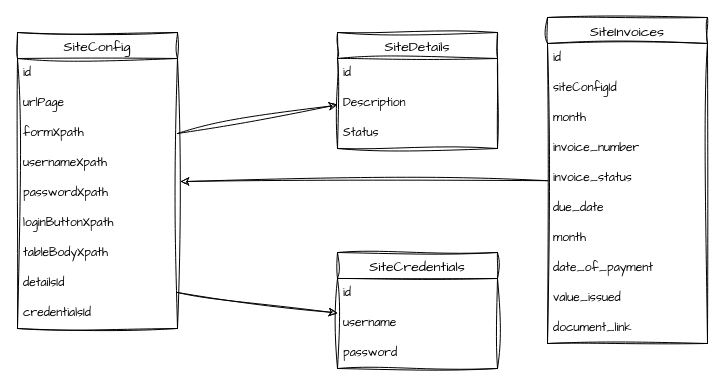
Above: documentation/er-diagram.drawio in mayconaraujosantos/mkdata-invoice-manager (draw.io), before the change. Source tidied: cells renumbered, new cells numbered last; positions are measured from the earlier drawing's top-left corner, leaving out a move shared by most shapes. Both pictures are drawn from the tidied source at 100%, with x=0, y=0 at pixel (17, 17).
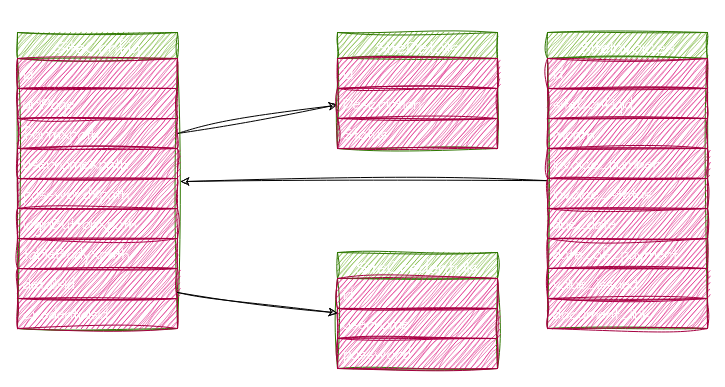
After the change.

Commit message (it also covers changes not shown here):
docs: modify erd diagram add new fields

Change to the diagram source:
```diff
@@
-    <mxCell id="3" value="SiteConfig" style="swimlane;fontStyle=0;horizontal=1;startSize=26;align=center;fontSize=14;sketch=1;hachureGap=4;jiggle=2;curveFitting=1;fontFamily=Architects Daughter;" parent="1" vertex="1">
+    <mxCell id="3" value="SiteConfig" style="swimlane;fontStyle=0;horizontal=1;startSize=26;align=center;fontSize=18;sketch=1;hachureGap=4;jiggle=2;curveFitting=1;fontFamily=Architects Daughter;fillColor=#60a917;fontColor=#ffffff;strokeColor=#2D7600;" parent="1" vertex="1">
       <mxGeometry y="15" width="160" height="296" as="geometry" />
     </mxCell>
-    <mxCell id="4" value="id" style="text;strokeColor=none;fillColor=none;spacingLeft=4;spacingRight=4;overflow=hidden;fontSize=12;sketch=1;hachureGap=4;jiggle=2;curveFitting=1;fontFamily=Architects Daughter;" parent="3" vertex="1">
+    <mxCell id="4" value="id" style="text;strokeColor=#A50040;fillColor=#d80073;spacingLeft=4;spacingRight=4;overflow=hidden;fontSize=15;sketch=1;hachureGap=4;jiggle=2;curveFitting=1;fontFamily=Architects Daughter;fontColor=#ffffff;" parent="3" vertex="1">
       <mxGeometry y="26" width="160" height="30" as="geometry" />
     </mxCell>
-    <mxCell id="5" value="urlPage" style="text;strokeColor=none;fillColor=none;spacingLeft=4;spacingRight=4;overflow=hidden;fontSize=12;sketch=1;hachureGap=4;jiggle=2;curveFitting=1;fontFamily=Architects Daughter;" parent="3" vertex="1">
+    <mxCell id="5" value="urlPage" style="text;strokeColor=#A50040;fillColor=#d80073;spacingLeft=4;spacingRight=4;overflow=hidden;fontSize=15;sketch=1;hachureGap=4;jiggle=2;curveFitting=1;fontFamily=Architects Daughter;fontColor=#ffffff;" parent="3" vertex="1">
       <mxGeometry y="56" width="160" height="30" as="geometry" />
     </mxCell>
-    <mxCell id="6" value="formXpath" style="text;strokeColor=none;fillColor=none;spacingLeft=4;spacingRight=4;overflow=hidden;points=[[0,0.5],[1,0.5]];portConstraint=eastwest;fontSize=12;sketch=1;hachureGap=4;jiggle=2;curveFitting=1;fontFamily=Architects Daughter;" parent="3" vertex="1">
+    <mxCell id="6" value="formXpath" style="text;strokeColor=#A50040;fillColor=#d80073;spacingLeft=4;spacingRight=4;overflow=hidden;points=[[0,0.5],[1,0.5]];portConstraint=eastwest;fontSize=15;sketch=1;hachureGap=4;jiggle=2;curveFitting=1;fontFamily=Architects Daughter;fontColor=#ffffff;" parent="3" vertex="1">
       <mxGeometry y="86" width="160" height="30" as="geometry" />
     </mxCell>
-    <mxCell id="7" value="usernameXpath" style="text;strokeColor=none;fillColor=none;spacingLeft=4;spacingRight=4;overflow=hidden;fontSize=12;sketch=1;hachureGap=4;jiggle=2;curveFitting=1;fontFamily=Architects Daughter;" parent="3" vertex="1">
+    <mxCell id="7" value="usernameXpath" style="text;strokeColor=#A50040;fillColor=#d80073;spacingLeft=4;spacingRight=4;overflow=hidden;fontSize=15;sketch=1;hachureGap=4;jiggle=2;curveFitting=1;fontFamily=Architects Daughter;fontColor=#ffffff;" parent="3" vertex="1">
       <mxGeometry y="116" width="160" height="30" as="geometry" />
     </mxCell>
-    <mxCell id="8" value="passwordXpath" style="text;strokeColor=none;fillColor=none;spacingLeft=4;spacingRight=4;overflow=hidden;points=[[0,0.5],[1,0.5]];portConstraint=eastwest;fontSize=12;sketch=1;hachureGap=4;jiggle=2;curveFitting=1;fontFamily=Architects Daughter;" parent="3" vertex="1">
+    <mxCell id="8" value="passwordXpath" style="text;strokeColor=#A50040;fillColor=#d80073;spacingLeft=4;spacingRight=4;overflow=hidden;points=[[0,0.5],[1,0.5]];portConstraint=eastwest;fontSize=15;sketch=1;hachureGap=4;jiggle=2;curveFitting=1;fontFamily=Architects Daughter;fontColor=#ffffff;" parent="3" vertex="1">
       <mxGeometry y="146" width="160" height="30" as="geometry" />
     </mxCell>
-    <mxCell id="9" value="loginButtonXpath" style="text;strokeColor=none;fillColor=none;spacingLeft=4;spacingRight=4;overflow=hidden;fontSize=12;sketch=1;hachureGap=4;jiggle=2;curveFitting=1;fontFamily=Architects Daughter;" parent="3" vertex="1">
+    <mxCell id="9" value="loginButtonXpath" style="text;strokeColor=#A50040;fillColor=#d80073;spacingLeft=4;spacingRight=4;overflow=hidden;fontSize=15;sketch=1;hachureGap=4;jiggle=2;curveFitting=1;fontFamily=Architects Daughter;fontColor=#ffffff;" parent="3" vertex="1">
       <mxGeometry y="176" width="160" height="30" as="geometry" />
     </mxCell>
-    <mxCell id="10" value="tableBodyXpath" style="text;strokeColor=none;fillColor=none;spacingLeft=4;spacingRight=4;overflow=hidden;fontSize=12;sketch=1;hachureGap=4;jiggle=2;curveFitting=1;fontFamily=Architects Daughter;" parent="3" vertex="1">
+    <mxCell id="10" value="tableBodyXpath" style="text;strokeColor=#A50040;fillColor=#d80073;spacingLeft=4;spacingRight=4;overflow=hidden;fontSize=15;sketch=1;hachureGap=4;jiggle=2;curveFitting=1;fontFamily=Architects Daughter;fontColor=#ffffff;" parent="3" vertex="1">
       <mxGeometry y="206" width="160" height="30" as="geometry" />
     </mxCell>
-    <mxCell id="11" value="detailsId" style="text;strokeColor=none;fillColor=none;spacingLeft=4;spacingRight=4;overflow=hidden;fontSize=12;sketch=1;hachureGap=4;jiggle=2;curveFitting=1;fontFamily=Architects Daughter;" parent="3" vertex="1">
+    <mxCell id="11" value="detailsId" style="text;strokeColor=#A50040;fillColor=#d80073;spacingLeft=4;spacingRight=4;overflow=hidden;fontSize=15;sketch=1;hachureGap=4;jiggle=2;curveFitting=1;fontFamily=Architects Daughter;fontColor=#ffffff;" parent="3" vertex="1">
       <mxGeometry y="236" width="160" height="30" as="geometry" />
     </mxCell>
-    <mxCell id="12" value="credentialsId" style="text;strokeColor=none;fillColor=none;spacingLeft=4;spacingRight=4;overflow=hidden;fontSize=12;sketch=1;hachureGap=4;jiggle=2;curveFitting=1;fontFamily=Architects Daughter;" parent="3" vertex="1">
+    <mxCell id="12" value="credentialsId" style="text;strokeColor=#A50040;fillColor=#d80073;spacingLeft=4;spacingRight=4;overflow=hidden;fontSize=15;sketch=1;hachureGap=4;jiggle=2;curveFitting=1;fontFamily=Architects Daughter;fontColor=#ffffff;" parent="3" vertex="1">
       <mxGeometry y="266" width="160" height="30" as="geometry" />
     </mxCell>
-    <mxCell id="13" value="SiteDetails" style="swimlane;fontStyle=0;horizontal=1;startSize=26;align=center;fontSize=14;sketch=1;hachureGap=4;jiggle=2;curveFitting=1;fontFamily=Architects Daughter;" parent="1" vertex="1">
+    <mxCell id="13" value="SiteDetails" style="swimlane;fontStyle=0;horizontal=1;startSize=26;align=center;fontSize=18;sketch=1;hachureGap=4;jiggle=2;curveFitting=1;fontFamily=Architects Daughter;fillColor=#60a917;fontColor=#ffffff;strokeColor=#2D7600;" parent="1" vertex="1">
       <mxGeometry x="320" y="15" width="160" height="116" as="geometry" />
     </mxCell>
-    <mxCell id="14" value="id" style="text;strokeColor=none;fillColor=none;spacingLeft=4;spacingRight=4;overflow=hidden;fontSize=12;sketch=1;hachureGap=4;jiggle=2;curveFitting=1;fontFamily=Architects Daughter;" parent="13" vertex="1">
+    <mxCell id="14" value="id" style="text;strokeColor=#A50040;fillColor=#d80073;spacingLeft=4;spacingRight=4;overflow=hidden;fontSize=15;sketch=1;hachureGap=4;jiggle=2;curveFitting=1;fontFamily=Architects Daughter;fontColor=#ffffff;" parent="13" vertex="1">
       <mxGeometry y="26" width="160" height="30" as="geometry" />
     </mxCell>
-    <mxCell id="15" value="Description" style="text;strokeColor=none;fillColor=none;spacingLeft=4;spacingRight=4;overflow=hidden;fontSize=12;sketch=1;hachureGap=4;jiggle=2;curveFitting=1;fontFamily=Architects Daughter;" parent="13" vertex="1">
+    <mxCell id="15" value="Description" style="text;strokeColor=#A50040;fillColor=#d80073;spacingLeft=4;spacingRight=4;overflow=hidden;fontSize=15;sketch=1;hachureGap=4;jiggle=2;curveFitting=1;fontFamily=Architects Daughter;fontColor=#ffffff;" parent="13" vertex="1">
       <mxGeometry y="56" width="160" height="30" as="geometry" />
     </mxCell>
-    <mxCell id="16" value="Status" style="text;strokeColor=none;fillColor=none;spacingLeft=4;spacingRight=4;overflow=hidden;fontSize=12;sketch=1;hachureGap=4;jiggle=2;curveFitting=1;fontFamily=Architects Daughter;" parent="13" vertex="1">
+    <mxCell id="16" value="Status" style="text;strokeColor=#A50040;fillColor=#d80073;spacingLeft=4;spacingRight=4;overflow=hidden;fontSize=15;sketch=1;hachureGap=4;jiggle=2;curveFitting=1;fontFamily=Architects Daughter;fontColor=#ffffff;" parent="13" vertex="1">
       <mxGeometry y="86" width="160" height="30" as="geometry" />
     </mxCell>
-    <mxCell id="17" value="SiteCredentials" style="swimlane;fontStyle=0;horizontal=1;startSize=26;align=center;fontSize=14;sketch=1;hachureGap=4;jiggle=2;curveFitting=1;fontFamily=Architects Daughter;" parent="1" vertex="1">
+    <mxCell id="17" value="SiteCredentials" style="swimlane;fontStyle=0;horizontal=1;startSize=26;align=center;fontSize=18;sketch=1;hachureGap=4;jiggle=2;curveFitting=1;fontFamily=Architects Daughter;fillColor=#60a917;fontColor=#ffffff;strokeColor=#2D7600;" parent="1" vertex="1">
       <mxGeometry x="320" y="235" width="160" height="116" as="geometry" />
     </mxCell>
-    <mxCell id="18" value="id" style="text;strokeColor=none;fillColor=none;spacingLeft=4;spacingRight=4;overflow=hidden;fontSize=12;sketch=1;hachureGap=4;jiggle=2;curveFitting=1;fontFamily=Architects Daughter;" parent="17" vertex="1">
+    <mxCell id="18" value="id" style="text;strokeColor=#A50040;fillColor=#d80073;spacingLeft=4;spacingRight=4;overflow=hidden;fontSize=15;sketch=1;hachureGap=4;jiggle=2;curveFitting=1;fontFamily=Architects Daughter;fontColor=#ffffff;" parent="17" vertex="1">
       <mxGeometry y="26" width="160" height="30" as="geometry" />
     </mxCell>
-    <mxCell id="19" value="username" style="text;strokeColor=none;fillColor=none;spacingLeft=4;spacingRight=4;overflow=hidden;points=[[0,0.5],[1,0.5]];portConstraint=eastwest;fontSize=12;sketch=1;hachureGap=4;jiggle=2;curveFitting=1;fontFamily=Architects Daughter;" parent="17" vertex="1">
+    <mxCell id="19" value="username" style="text;strokeColor=#A50040;fillColor=#d80073;spacingLeft=4;spacingRight=4;overflow=hidden;points=[[0,0.5],[1,0.5]];portConstraint=eastwest;fontSize=15;sketch=1;hachureGap=4;jiggle=2;curveFitting=1;fontFamily=Architects Daughter;fontColor=#ffffff;" parent="17" vertex="1">
       <mxGeometry y="56" width="160" height="30" as="geometry" />
     </mxCell>
-    <mxCell id="20" value="password" style="text;strokeColor=none;fillColor=none;spacingLeft=4;spacingRight=4;overflow=hidden;fontSize=12;sketch=1;hachureGap=4;jiggle=2;curveFitting=1;fontFamily=Architects Daughter;" parent="17" vertex="1">
+    <mxCell id="20" value="password" style="text;strokeColor=#A50040;fillColor=#d80073;spacingLeft=4;spacingRight=4;overflow=hidden;fontSize=15;sketch=1;hachureGap=4;jiggle=2;curveFitting=1;fontFamily=Architects Daughter;fontColor=#ffffff;" parent="17" vertex="1">
       <mxGeometry y="86" width="160" height="30" as="geometry" />
     </mxCell>
@@
-    <mxCell id="23" value="SiteInvoices" style="swimlane;fontStyle=0;horizontal=1;startSize=26;align=center;fontSize=14;sketch=1;hachureGap=4;jiggle=2;curveFitting=1;fontFamily=Architects Daughter;" parent="1" vertex="1">
-      <mxGeometry x="530" width="160" height="326" as="geometry" />
+    <mxCell id="23" value="SiteInvoices" style="swimlane;fontStyle=0;horizontal=1;startSize=26;align=center;fontSize=18;sketch=1;hachureGap=4;jiggle=2;curveFitting=1;fontFamily=Architects Daughter;fillColor=#60a917;fontColor=#ffffff;strokeColor=#2D7600;" parent="1" vertex="1">
+      <mxGeometry x="530" y="15" width="160" height="296" as="geometry" />
     </mxCell>
-    <mxCell id="24" value="id" style="text;strokeColor=none;fillColor=none;spacingLeft=4;spacingRight=4;overflow=hidden;fontSize=12;sketch=1;hachureGap=4;jiggle=2;curveFitting=1;fontFamily=Architects Daughter;" parent="23" vertex="1">
+    <mxCell id="24" value="id" style="text;strokeColor=#A50040;fillColor=#d80073;spacingLeft=4;spacingRight=4;overflow=hidden;fontSize=15;sketch=1;hachureGap=4;jiggle=2;curveFitting=1;fontFamily=Architects Daughter;fontColor=#ffffff;" parent="23" vertex="1">
       <mxGeometry y="26" width="160" height="30" as="geometry" />
     </mxCell>
-    <mxCell id="25" value="siteConfigId" style="text;strokeColor=none;fillColor=none;spacingLeft=4;spacingRight=4;overflow=hidden;fontSize=12;sketch=1;hachureGap=4;jiggle=2;curveFitting=1;fontFamily=Architects Daughter;" parent="23" vertex="1">
+    <mxCell id="25" value="siteConfigId" style="text;strokeColor=#A50040;fillColor=#d80073;spacingLeft=4;spacingRight=4;overflow=hidden;fontSize=15;sketch=1;hachureGap=4;jiggle=2;curveFitting=1;fontFamily=Architects Daughter;fontColor=#ffffff;" parent="23" vertex="1">
       <mxGeometry y="56" width="160" height="30" as="geometry" />
     </mxCell>
-    <mxCell id="26" value="month" style="text;strokeColor=none;fillColor=none;spacingLeft=4;spacingRight=4;overflow=hidden;fontSize=12;sketch=1;hachureGap=4;jiggle=2;curveFitting=1;fontFamily=Architects Daughter;" parent="23" vertex="1">
+    <mxCell id="26" value="month" style="text;strokeColor=#A50040;fillColor=#d80073;spacingLeft=4;spacingRight=4;overflow=hidden;fontSize=15;sketch=1;hachureGap=4;jiggle=2;curveFitting=1;fontFamily=Architects Daughter;fontColor=#ffffff;" parent="23" vertex="1">
       <mxGeometry y="86" width="160" height="30" as="geometry" />
     </mxCell>
-    <mxCell id="27" value="invoice_number" style="text;strokeColor=none;fillColor=none;spacingLeft=4;spacingRight=4;overflow=hidden;fontSize=12;sketch=1;hachureGap=4;jiggle=2;curveFitting=1;fontFamily=Architects Daughter;" parent="23" vertex="1">
+    <mxCell id="27" value="invoice_number" style="text;strokeColor=#A50040;fillColor=#d80073;spacingLeft=4;spacingRight=4;overflow=hidden;fontSize=15;sketch=1;hachureGap=4;jiggle=2;curveFitting=1;fontFamily=Architects Daughter;fontColor=#ffffff;" parent="23" vertex="1">
       <mxGeometry y="116" width="160" height="30" as="geometry" />
     </mxCell>
-    <mxCell id="28" value="invoice_status" style="text;strokeColor=none;fillColor=none;spacingLeft=4;spacingRight=4;overflow=hidden;fontSize=12;sketch=1;hachureGap=4;jiggle=2;curveFitting=1;fontFamily=Architects Daughter;" parent="23" vertex="1">
+    <mxCell id="28" value="invoice_status" style="text;strokeColor=#A50040;fillColor=#d80073;spacingLeft=4;spacingRight=4;overflow=hidden;fontSize=15;sketch=1;hachureGap=4;jiggle=2;curveFitting=1;fontFamily=Architects Daughter;fontColor=#ffffff;" parent="23" vertex="1">
       <mxGeometry y="146" width="160" height="30" as="geometry" />
     </mxCell>
-    <mxCell id="29" value="due_date" style="text;strokeColor=none;fillColor=none;spacingLeft=4;spacingRight=4;overflow=hidden;fontSize=12;sketch=1;hachureGap=4;jiggle=2;curveFitting=1;fontFamily=Architects Daughter;" parent="23" vertex="1">
+    <mxCell id="29" value="due_date" style="text;strokeColor=#A50040;fillColor=#d80073;spacingLeft=4;spacingRight=4;overflow=hidden;fontSize=15;sketch=1;hachureGap=4;jiggle=2;curveFitting=1;fontFamily=Architects Daughter;fontColor=#ffffff;" parent="23" vertex="1">
       <mxGeometry y="176" width="160" height="30" as="geometry" />
     </mxCell>
-    <mxCell id="30" value="month" style="text;strokeColor=none;fillColor=none;spacingLeft=4;spacingRight=4;overflow=hidden;fontSize=12;sketch=1;hachureGap=4;jiggle=2;curveFitting=1;fontFamily=Architects Daughter;" parent="23" vertex="1">
-      <mxGeometry y="206" width="160" height="30" as="geometry" />
-    </mxCell>
-    <mxCell id="31" value="date_of_payment" style="text;strokeColor=none;fillColor=none;spacingLeft=4;spacingRight=4;overflow=hidden;fontSize=12;sketch=1;hachureGap=4;jiggle=2;curveFitting=1;fontFamily=Architects Daughter;" parent="23" vertex="1">
-      <mxGeometry y="236" width="160" height="30" as="geometry" />
+    <mxCell id="31" value="date_of_payment" style="text;strokeColor=#A50040;fillColor=#d80073;spacingLeft=4;spacingRight=4;overflow=hidden;fontSize=15;sketch=1;hachureGap=4;jiggle=2;curveFitting=1;fontFamily=Architects Daughter;fontColor=#ffffff;" parent="23" vertex="1">
+      <mxGeometry y="206" width="160" height="30" as="geometry" />
     </mxCell>
-    <mxCell id="32" value="value_issued" style="text;strokeColor=none;fillColor=none;spacingLeft=4;spacingRight=4;overflow=hidden;fontSize=12;sketch=1;hachureGap=4;jiggle=2;curveFitting=1;fontFamily=Architects Daughter;" parent="23" vertex="1">
-      <mxGeometry y="266" width="160" height="30" as="geometry" />
+    <mxCell id="32" value="value_issued" style="text;strokeColor=#A50040;fillColor=#d80073;spacingLeft=4;spacingRight=4;overflow=hidden;fontSize=15;sketch=1;hachureGap=4;jiggle=2;curveFitting=1;fontFamily=Architects Daughter;fontColor=#ffffff;" parent="23" vertex="1">
+      <mxGeometry y="236" width="160" height="30" as="geometry" />
     </mxCell>
-    <mxCell id="33" value="document_link" style="text;strokeColor=none;fillColor=none;spacingLeft=4;spacingRight=4;overflow=hidden;fontSize=12;sketch=1;hachureGap=4;jiggle=2;curveFitting=1;fontFamily=Architects Daughter;" parent="23" vertex="1">
-      <mxGeometry y="296" width="160" height="30" as="geometry" />
+    <mxCell id="33" value="document_link" style="text;strokeColor=#A50040;fillColor=#d80073;spacingLeft=4;spacingRight=4;overflow=hidden;fontSize=15;sketch=1;hachureGap=4;jiggle=2;curveFitting=1;fontFamily=Architects Daughter;fontColor=#ffffff;" parent="23" vertex="1">
+      <mxGeometry y="266" width="160" height="30" as="geometry" />
     </mxCell>
```
